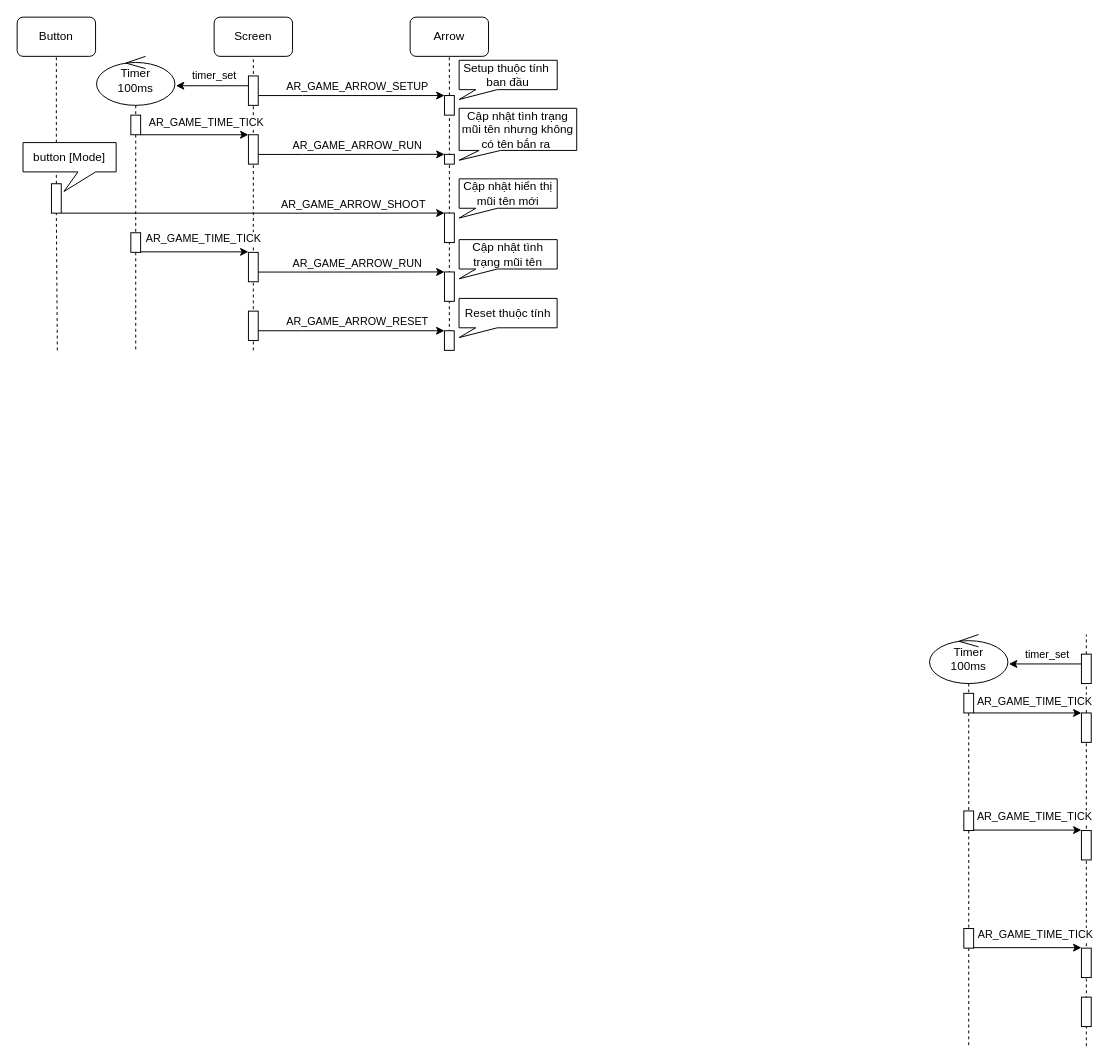
Above: page "Page-3" (2 of 2) of arrow_sequence.drawio in QuocBuu/drawio (draw.io), before the change. Source tidied: cells renumbered, new cells numbered last; positions are measured from the earlier drawing's top-left corner, leaving out a move shared by most shapes. Both pictures are drawn from the tidied source at 98%, with x=0, y=0 at pixel (17, 17).
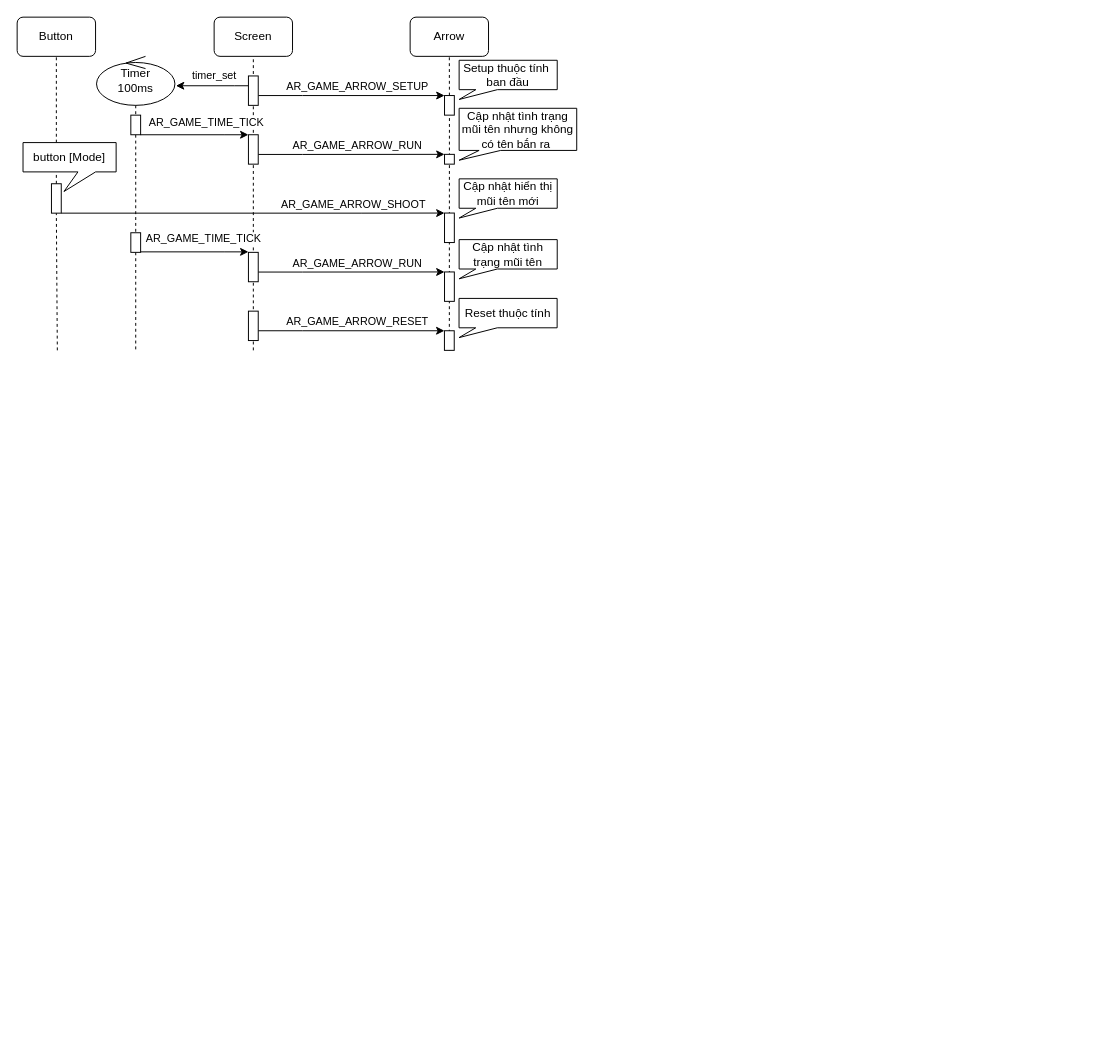
Above is the later version.

Change to the diagram source:
```diff
@@
-    <mxCell id="31" style="endArrow=none;dashed=1;html=1;rounded=0;entryX=0.5;entryY=1;entryDx=0;entryDy=0;" parent="1" edge="1" source="36">
-      <mxGeometry relative="1" as="geometry">
-        <mxPoint x="1091" y="630" as="targetPoint" />
-      </mxGeometry>
-    </mxCell>
-    <mxCell id="32" style="endArrow=none;dashed=1;html=1;rounded=0;entryX=0.5;entryY=1;entryDx=0;entryDy=0;" parent="1" edge="1" source="38" target="36">
-      <mxGeometry relative="1" as="geometry" />
-    </mxCell>
-    <mxCell id="33" style="edgeStyle=orthogonalEdgeStyle;rounded=0;jettySize=auto;html=1;" parent="1" edge="1" source="36">
-      <mxGeometry relative="1" as="geometry">
-        <mxPoint x="1012" y="660" as="targetPoint" />
-        <Array as="points">
-          <mxPoint x="1072" y="660" />
-          <mxPoint x="1072" y="660" />
-        </Array>
-      </mxGeometry>
-    </mxCell>
-    <mxCell id="34" value="&lt;div style=&quot;color: rgb(212, 212, 212); background-color: rgb(30, 30, 30); font-family: Consolas, &amp;quot;Courier New&amp;quot;, monospace; font-size: 14px; line-height: 19px;&quot;&gt;&lt;br&gt;&lt;/div&gt;" style="edgeLabel;html=1;align=center;verticalAlign=middle;" parent="33" vertex="1">
-      <mxGeometry x="0.18" relative="1" as="geometry" />
-    </mxCell>
-    <mxCell id="35" value="timer_set" style="edgeLabel;html=1;align=center;verticalAlign=middle;" parent="33" vertex="1">
-      <mxGeometry x="0.3" y="-1" relative="1" as="geometry">
-        <mxPoint x="12" y="-10" as="offset" />
-      </mxGeometry>
-    </mxCell>
-    <mxCell id="36" style="rounded=0;whiteSpace=wrap;html=1;" parent="1" vertex="1">
-      <mxGeometry x="1086" y="650" width="10" height="30" as="geometry" />
-    </mxCell>
-    <mxCell id="37" style="endArrow=none;dashed=1;html=1;rounded=0;entryX=0.5;entryY=1;entryDx=0;entryDy=0;" parent="1" edge="1" target="38">
-      <mxGeometry relative="1" as="geometry">
-        <mxPoint x="1091" y="1050" as="sourcePoint" />
-      </mxGeometry>
-    </mxCell>
-    <mxCell id="38" style="rounded=0;whiteSpace=wrap;html=1;" parent="1" vertex="1">
-      <mxGeometry x="1086" y="710" width="10" height="30" as="geometry" />
-    </mxCell>
-    <mxCell id="39" style="rounded=0;whiteSpace=wrap;html=1;" parent="1" vertex="1">
-      <mxGeometry x="1086" y="830" width="10" height="30" as="geometry" />
-    </mxCell>
-    <mxCell id="40" style="rounded=0;whiteSpace=wrap;html=1;" parent="1" vertex="1">
-      <mxGeometry x="1086" y="950" width="10" height="30" as="geometry" />
-    </mxCell>
-    <mxCell id="41" style="endArrow=none;dashed=1;html=1;rounded=0;entryX=0.5;entryY=1;entryDx=0;entryDy=0;" parent="1" edge="1" target="42">
-      <mxGeometry relative="1" as="geometry">
-        <mxPoint x="1091" y="1030" as="sourcePoint" />
-      </mxGeometry>
-    </mxCell>
-    <mxCell id="42" style="rounded=0;whiteSpace=wrap;html=1;" parent="1" vertex="1">
-      <mxGeometry x="1086" y="1000" width="10" height="30" as="geometry" />
-    </mxCell>
-    <mxCell id="43" value="Timer&lt;br&gt;100ms" style="shape=umlLifeline;perimeter=lifelinePerimeter;whiteSpace=wrap;html=1;newEdgeStyle={&quot;curved&quot;:0,&quot;rounded&quot;:0};participant=umlControl;verticalAlign=middle;size=50;" parent="1" vertex="1">
-      <mxGeometry x="931" y="630" width="80" height="420" as="geometry" />
-    </mxCell>
-    <mxCell id="44" style="edgeStyle=orthogonalEdgeStyle;rounded=0;jettySize=auto;html=1;" parent="1" edge="1" source="46" target="38">
-      <mxGeometry relative="1" as="geometry">
-        <Array as="points">
-          <mxPoint x="1062" y="710" />
-          <mxPoint x="1062" y="710" />
-        </Array>
-      </mxGeometry>
-    </mxCell>
-    <mxCell id="45" value="AR_GAME_TIME_TICK" style="edgeLabel;html=1;align=center;verticalAlign=middle;" parent="44" vertex="1">
-      <mxGeometry x="-0.11" y="1" relative="1" as="geometry">
-        <mxPoint x="12" y="-12" as="offset" />
-      </mxGeometry>
-    </mxCell>
-    <mxCell id="46" style="rounded=0;whiteSpace=wrap;html=1;" parent="1" vertex="1">
-      <mxGeometry x="966" y="690" width="10" height="20" as="geometry" />
-    </mxCell>
-    <mxCell id="47" style="rounded=0;whiteSpace=wrap;html=1;" parent="1" vertex="1">
-      <mxGeometry x="966" y="810" width="10" height="20" as="geometry" />
-    </mxCell>
-    <mxCell id="48" style="rounded=0;whiteSpace=wrap;html=1;" parent="1" vertex="1">
-      <mxGeometry x="966" y="930" width="10" height="20" as="geometry" />
-    </mxCell>
-    <mxCell id="49" style="edgeStyle=orthogonalEdgeStyle;rounded=0;orthogonalLoop=1;jettySize=auto;html=1;" parent="1" edge="1">
-      <mxGeometry relative="1" as="geometry">
-        <mxPoint x="976" y="829.5" as="sourcePoint" />
-        <mxPoint x="1086" y="829.5" as="targetPoint" />
-        <Array as="points">
-          <mxPoint x="1062" y="829.5" />
-          <mxPoint x="1062" y="829.5" />
-        </Array>
-      </mxGeometry>
-    </mxCell>
-    <mxCell id="50" value="AR_GAME_TIME_TICK" style="edgeLabel;html=1;align=center;verticalAlign=middle;" parent="49" vertex="1">
-      <mxGeometry x="-0.16" y="2" relative="1" as="geometry">
-        <mxPoint x="15" y="-12" as="offset" />
-      </mxGeometry>
-    </mxCell>
-    <mxCell id="51" style="edgeStyle=orthogonalEdgeStyle;rounded=0;orthogonalLoop=1;jettySize=auto;html=1;" parent="1" edge="1">
-      <mxGeometry relative="1" as="geometry">
-        <mxPoint x="976" y="949.5" as="sourcePoint" />
-        <mxPoint x="1086" y="949.5" as="targetPoint" />
-        <Array as="points">
-          <mxPoint x="1062" y="949.5" />
-          <mxPoint x="1062" y="949.5" />
-        </Array>
-      </mxGeometry>
-    </mxCell>
-    <mxCell id="52" value="AR_GAME_TIME_TICK" style="edgeLabel;html=1;align=center;verticalAlign=middle;" parent="51" vertex="1">
-      <mxGeometry x="0.12" relative="1" as="geometry">
-        <mxPoint y="-14" as="offset" />
-      </mxGeometry>
-    </mxCell>
```
